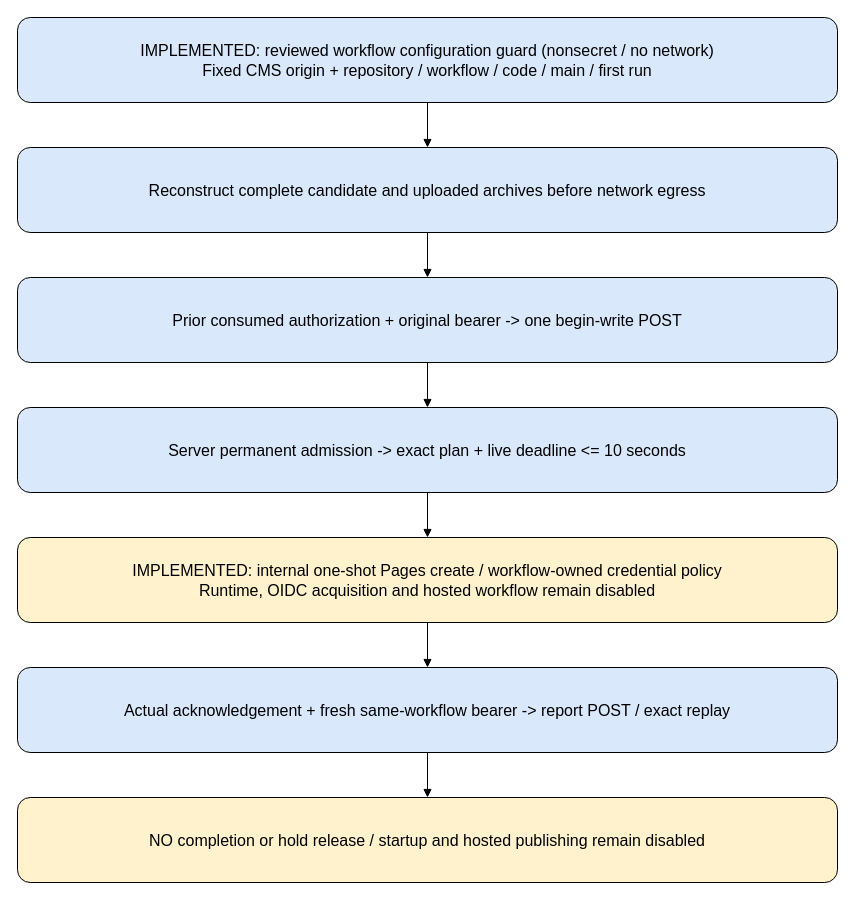
Before: docs/diagrams/receiver-client-exchange.drawio in devalltect00/devalltect00.github.io, a draw.io diagram. Source tidied: cells renumbered, new cells numbered last; positions are measured from the earlier drawing's top-left corner, leaving out a move shared by most shapes. Both pictures are drawn from the tidied source at 100%, with x=0, y=0 at pixel (17, 17).
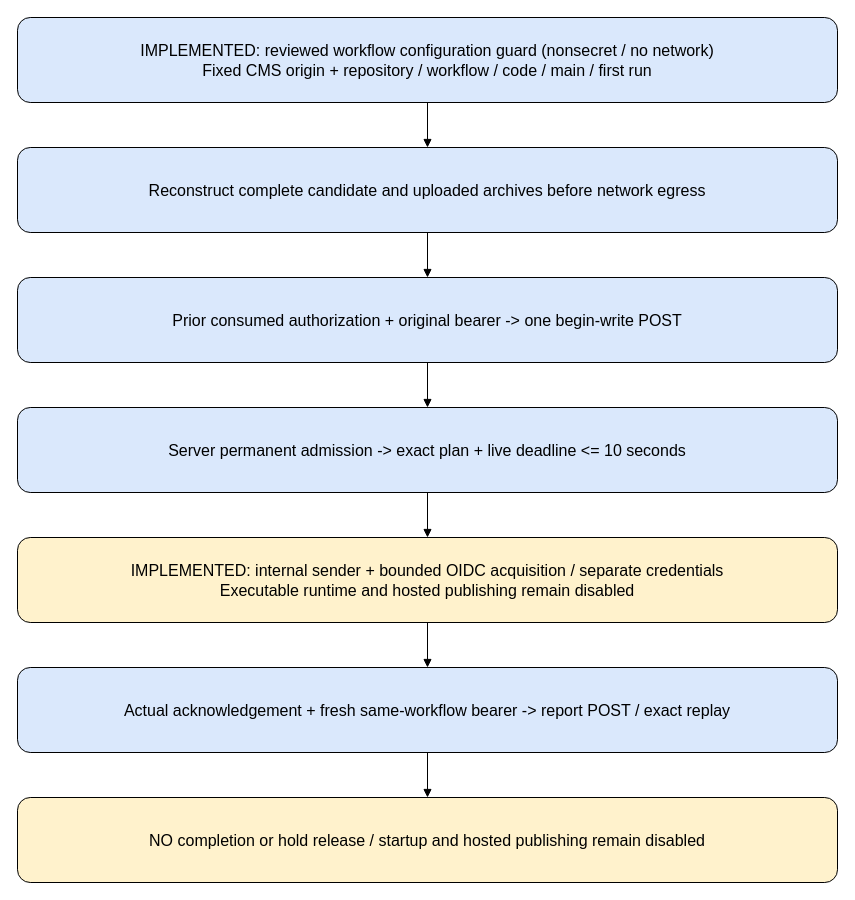
The same page after the edit.

Commit message (it also covers changes not shown here):
feat(publishing): acquire bounded workflow OIDC tokens from a pinned origin

Diff of the diagram source:
```diff
@@
 <mxGraphModel>
   <root>
     <mxCell id="0" />
     <mxCell id="1" parent="0" />
     <mxCell id="2" value="IMPLEMENTED: reviewed workflow configuration guard (nonsecret / no network)&#10;Fixed CMS origin + repository / workflow / code / main / first run" style="rounded=1;whiteSpace=wrap;html=1;fillColor=#dae8fc;fontSize=16;" parent="1" vertex="1">
       <mxGeometry width="820" height="85" as="geometry" />
     </mxCell>
     <mxCell id="3" value="Reconstruct complete candidate and uploaded archives before network egress" style="rounded=1;whiteSpace=wrap;html=1;fillColor=#dae8fc;fontSize=16;" parent="1" vertex="1">
       <mxGeometry y="130" width="820" height="85" as="geometry" />
     </mxCell>
     <mxCell id="4" style="endArrow=block;" parent="1" edge="1" source="2" target="3">
       <mxGeometry relative="1" as="geometry" />
     </mxCell>
     <mxCell id="5" value="Prior consumed authorization + original bearer -&gt; one begin-write POST" style="rounded=1;whiteSpace=wrap;html=1;fillColor=#dae8fc;fontSize=16;" parent="1" vertex="1">
       <mxGeometry y="260" width="820" height="85" as="geometry" />
     </mxCell>
     <mxCell id="6" style="endArrow=block;" parent="1" edge="1" source="3" target="5">
       <mxGeometry relative="1" as="geometry" />
     </mxCell>
     <mxCell id="7" value="Server permanent admission -&gt; exact plan + live deadline &lt;= 10 seconds" style="rounded=1;whiteSpace=wrap;html=1;fillColor=#dae8fc;fontSize=16;" parent="1" vertex="1">
       <mxGeometry y="390" width="820" height="85" as="geometry" />
     </mxCell>
     <mxCell id="8" style="endArrow=block;" parent="1" edge="1" source="5" target="7">
       <mxGeometry relative="1" as="geometry" />
     </mxCell>
-    <mxCell id="9" value="IMPLEMENTED: internal one-shot Pages create / workflow-owned credential policy&#10;Runtime, OIDC acquisition and hosted workflow remain disabled" style="rounded=1;whiteSpace=wrap;html=1;fillColor=#fff2cc;fontSize=16;" parent="1" vertex="1">
+    <mxCell id="9" value="IMPLEMENTED: internal sender + bounded OIDC acquisition / separate credentials&#10;Executable runtime and hosted publishing remain disabled" style="rounded=1;whiteSpace=wrap;html=1;fillColor=#fff2cc;fontSize=16;" parent="1" vertex="1">
       <mxGeometry y="520" width="820" height="85" as="geometry" />
     </mxCell>
     <mxCell id="10" style="endArrow=block;" parent="1" edge="1" source="7" target="9">
       <mxGeometry relative="1" as="geometry" />
     </mxCell>
     <mxCell id="11" value="Actual acknowledgement + fresh same-workflow bearer -&gt; report POST / exact replay" style="rounded=1;whiteSpace=wrap;html=1;fillColor=#dae8fc;fontSize=16;" parent="1" vertex="1">
       <mxGeometry y="650" width="820" height="85" as="geometry" />
     </mxCell>
     <mxCell id="12" style="endArrow=block;" parent="1" edge="1" source="9" target="11">
       <mxGeometry relative="1" as="geometry" />
     </mxCell>
     <mxCell id="13" value="NO completion or hold release / startup and hosted publishing remain disabled" style="rounded=1;whiteSpace=wrap;html=1;fillColor=#fff2cc;fontSize=16;" parent="1" vertex="1">
       <mxGeometry y="780" width="820" height="85" as="geometry" />
     </mxCell>
     <mxCell id="14" style="endArrow=block;" parent="1" edge="1" source="11" target="13">
       <mxGeometry relative="1" as="geometry" />
     </mxCell>
   </root>
 </mxGraphModel>
```
